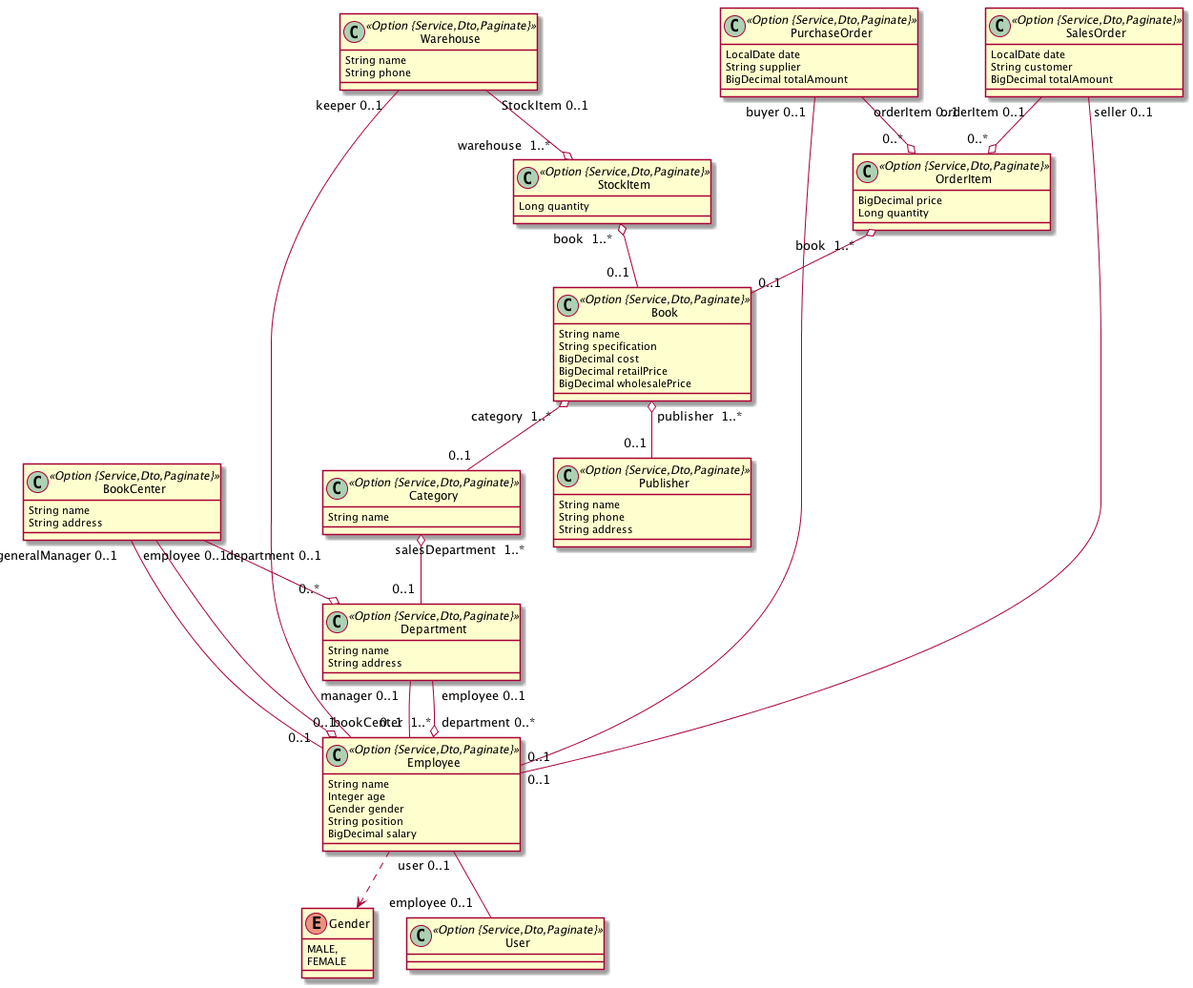
henryL1N/bookcenter keeps this PlantUML diagram as BookCenter.png. Above is the earlier version.
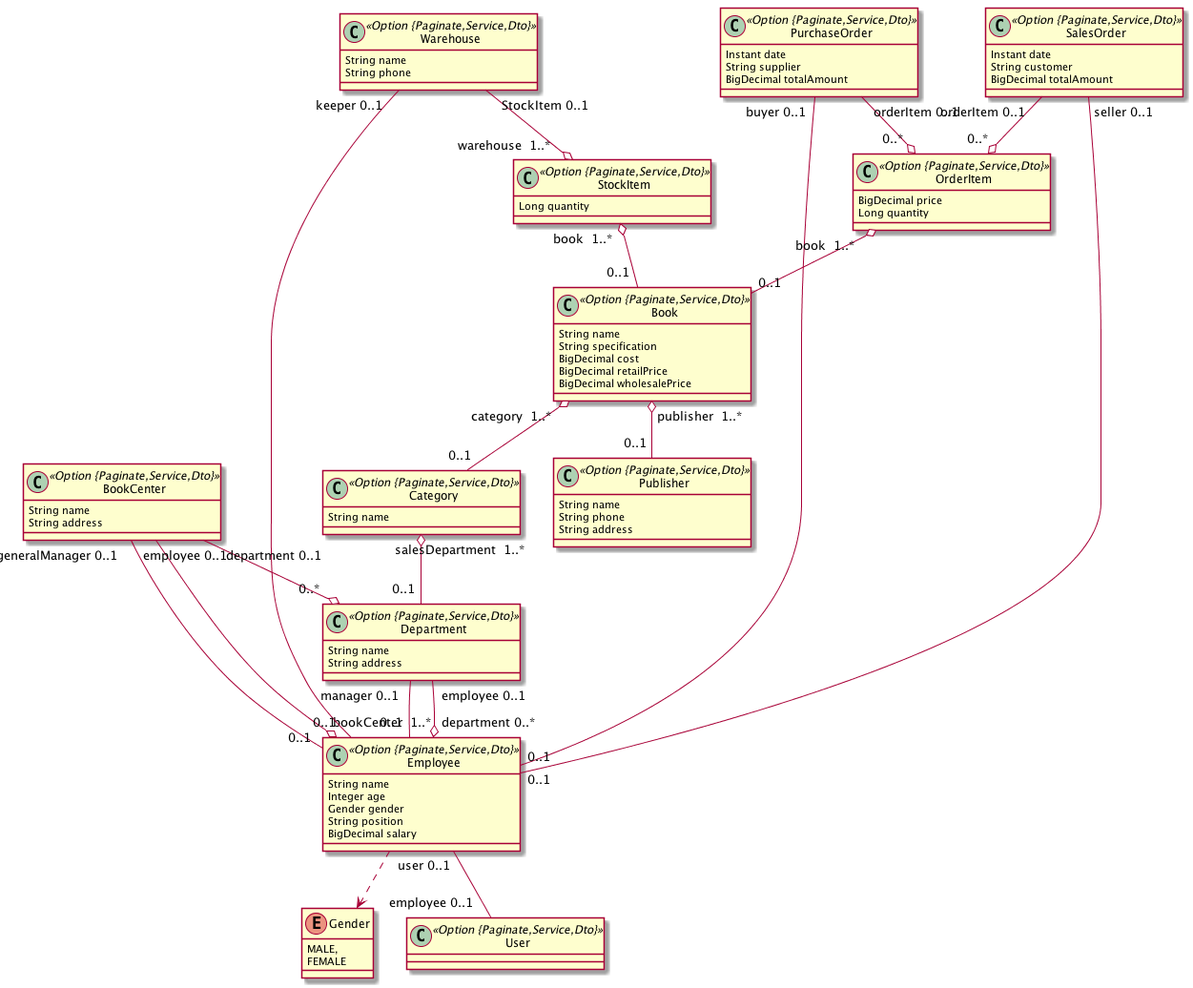
The same file after the commit.

The edit, as a diff of the source:
```diff
@@ -1,24 +1,24 @@
 @startuml
 	!pragma syntax class
-	class Book <<Option {Service,Dto,Paginate}>> {
+	class Book <<Option {Paginate,Service,Dto}>> {
 		String name
 		String specification
 		BigDecimal cost
 		BigDecimal retailPrice
 		BigDecimal wholesalePrice
 	}
-	class BookCenter <<Option {Service,Dto,Paginate}>> {
+	class BookCenter <<Option {Paginate,Service,Dto}>> {
 		String name
 		String address
 	}
-	class Category <<Option {Service,Dto,Paginate}>> {
+	class Category <<Option {Paginate,Service,Dto}>> {
 		String name
 	}
-	class Department <<Option {Service,Dto,Paginate}>> {
+	class Department <<Option {Paginate,Service,Dto}>> {
 		String name
 		String address
 	}
-	class Employee <<Option {Service,Dto,Paginate}>> {
+	class Employee <<Option {Paginate,Service,Dto}>> {
 		String name
 		Integer age
 		Gender gender
@@ -30,29 +30,29 @@
 		MALE,
 		FEMALE
 	}
-	class Publisher <<Option {Service,Dto,Paginate}>> {
+	class Publisher <<Option {Paginate,Service,Dto}>> {
 		String name
 		String phone
 		String address
 	}
-	class StockItem <<Option {Service,Dto,Paginate}>> {
+	class StockItem <<Option {Paginate,Service,Dto}>> {
 		Long quantity
 	}
-	class Warehouse <<Option {Service,Dto,Paginate}>> {
+	class Warehouse <<Option {Paginate,Service,Dto}>> {
 		String name
 		String phone
 	}
-	class PurchaseOrder <<Option {Service,Dto,Paginate}>> {
-		LocalDate date
+	class PurchaseOrder <<Option {Paginate,Service,Dto}>> {
+		Instant date
 		String supplier
 		BigDecimal totalAmount
 	}
-	class SalesOrder <<Option {Service,Dto,Paginate}>> {
-		LocalDate date
+	class SalesOrder <<Option {Paginate,Service,Dto}>> {
+		Instant date
 		String customer
 		BigDecimal totalAmount
 	}
-	class OrderItem <<Option {Service,Dto,Paginate}>> {
+	class OrderItem <<Option {Paginate,Service,Dto}>> {
 		BigDecimal price
 		Long quantity
 	}
@@ -73,6 +73,6 @@
 	StockItem  "book  1..* " o-- "0..1 "  Book
 	Book  "publisher  1..* " o-- "0..1 "  Publisher
 	Book  "category  1..* " o-- "0..1 "  Category
-	class User <<Option {Service,Dto,Paginate}>> {
+	class User <<Option {Paginate,Service,Dto}>> {
 	}
 @enduml
```
